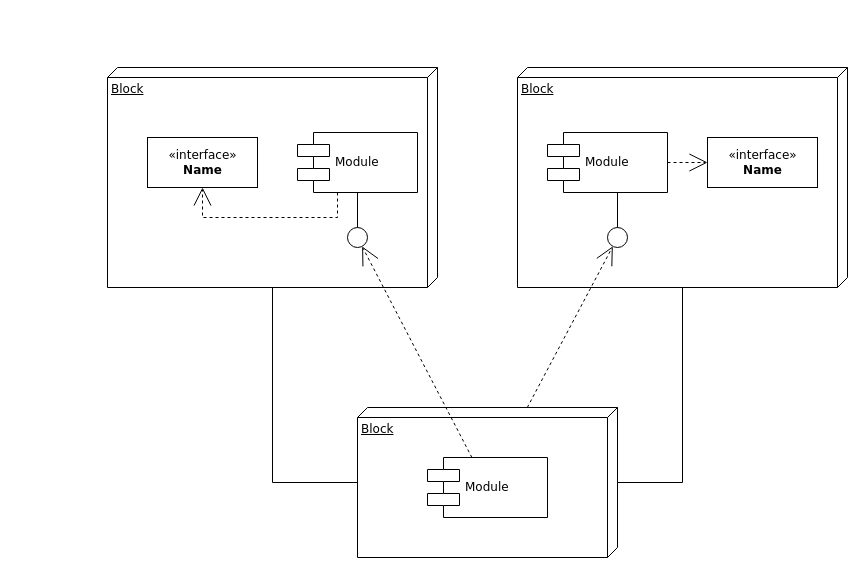
The draw.io diagram Diagrama sin título.drawio in cmdl987/wifi-alert-Teams, before the edit. Source tidied: cells renumbered, new cells numbered last; positions are measured from the earlier drawing's top-left corner, leaving out a move shared by most shapes. Both pictures are drawn from the tidied source at 100%, with x=0, y=0 at pixel (107, 67).
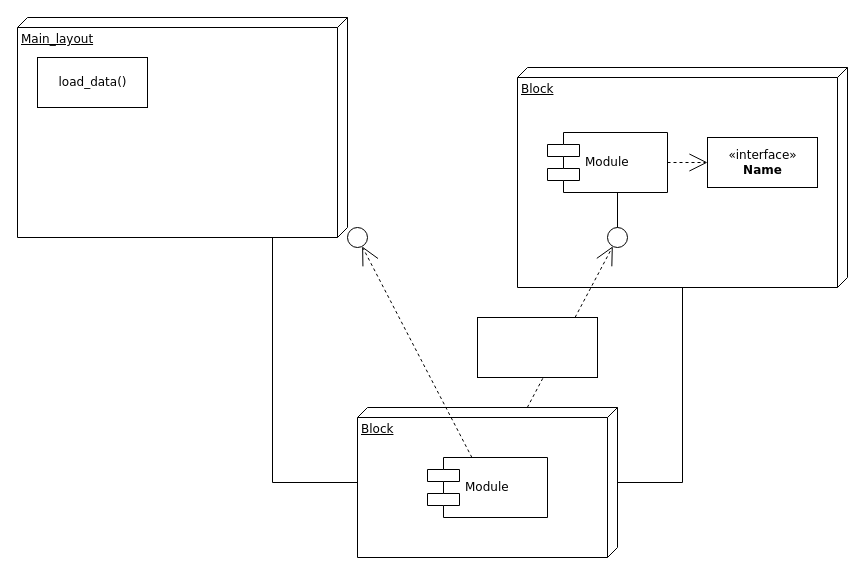
After the change.

The change refers to these unchanged cells:
```xml
<mxCell id="7" style="ellipse;whiteSpace=wrap;html=1;rounded=0;shadow=0;comic=0;labelBackgroundColor=none;strokeWidth=1;fontFamily=Verdana;fontSize=12;align=center;" parent="1" vertex="1">
  <mxGeometry x="240" y="160" width="20" height="20" as="geometry" />
</mxCell>
```

Diff of the diagram source:
```diff
@@
-    <mxCell id="2" value="Block" style="verticalAlign=top;align=left;spacingTop=8;spacingLeft=2;spacingRight=12;shape=cube;size=10;direction=south;fontStyle=4;html=1;rounded=0;shadow=0;comic=0;labelBackgroundColor=none;strokeWidth=1;fontFamily=Verdana;fontSize=12;" parent="1" vertex="1">
-      <mxGeometry width="330" height="220" as="geometry" />
+    <mxCell id="2" value="Main_layout" style="verticalAlign=top;align=left;spacingTop=8;spacingLeft=2;spacingRight=12;shape=cube;size=10;direction=south;fontStyle=4;html=1;rounded=0;shadow=0;comic=0;labelBackgroundColor=none;strokeWidth=1;fontFamily=Verdana;fontSize=12;" parent="1" vertex="1">
+      <mxGeometry x="-90" y="-50" width="330" height="220" as="geometry" />
     </mxCell>
@@
-    <mxCell id="5" value="&amp;laquo;interface&amp;raquo;&lt;br&gt;&lt;b&gt;Name&lt;/b&gt;" style="html=1;rounded=0;shadow=0;comic=0;labelBackgroundColor=none;strokeWidth=1;fontFamily=Verdana;fontSize=12;align=center;" parent="1" vertex="1">
-      <mxGeometry x="40" y="70" width="110" height="50" as="geometry" />
+    <mxCell id="5" value="load_data()" style="html=1;rounded=0;shadow=0;comic=0;labelBackgroundColor=none;strokeWidth=1;fontFamily=Verdana;fontSize=12;align=center;" parent="1" vertex="1">
+      <mxGeometry x="-70" y="-10" width="110" height="50" as="geometry" />
     </mxCell>
-    <mxCell id="6" value="Module" style="shape=component;align=left;spacingLeft=36;rounded=0;shadow=0;comic=0;labelBackgroundColor=none;strokeWidth=1;fontFamily=Verdana;fontSize=12;html=1;" parent="1" vertex="1">
-      <mxGeometry x="190" y="65" width="120" height="60" as="geometry" />
-    </mxCell>
@@
-    <mxCell id="15" style="edgeStyle=elbowEdgeStyle;rounded=0;html=1;labelBackgroundColor=none;startArrow=none;startFill=0;startSize=8;endArrow=none;endFill=0;endSize=16;fontFamily=Verdana;fontSize=12;" parent="1" edge="1" source="7" target="6">
-      <mxGeometry relative="1" as="geometry" />
-    </mxCell>
-    <mxCell id="16" style="edgeStyle=orthogonalEdgeStyle;rounded=0;html=1;labelBackgroundColor=none;startArrow=none;startFill=0;startSize=8;endArrow=open;endFill=0;endSize=16;fontFamily=Verdana;fontSize=12;dashed=1;" parent="1" edge="1" source="6" target="5">
-      <mxGeometry relative="1" as="geometry">
-        <Array as="points">
-          <mxPoint x="230" y="150" />
-          <mxPoint x="95" y="150" />
-        </Array>
-      </mxGeometry>
-    </mxCell>
@@
+    <mxCell id="20" style="rounded=0;whiteSpace=wrap;html=1;" parent="1" vertex="1">
+      <mxGeometry x="370" y="250" width="120" height="60" as="geometry" />
+    </mxCell>
+    <mxCell id="21" style="rounded=0;whiteSpace=wrap;html=1;" parent="1" vertex="1">
+      <mxGeometry x="370" y="250" width="120" height="60" as="geometry" />
+    </mxCell>
+    <mxCell id="22" style="rounded=0;whiteSpace=wrap;html=1;" parent="1" vertex="1">
+      <mxGeometry x="370" y="250" width="120" height="60" as="geometry" />
+    </mxCell>
```
